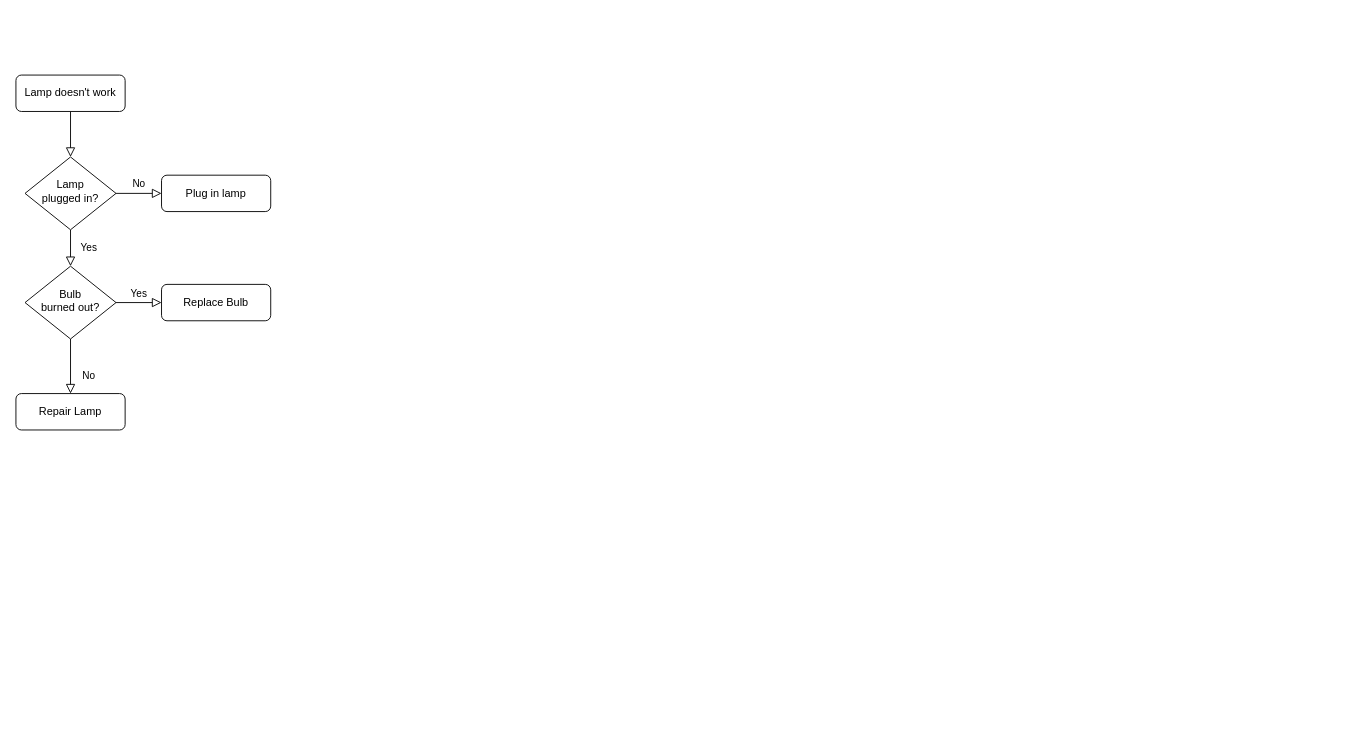
The draw.io diagram 未命名绘图.drawio in runngezhang/3D-Sound-Localization, before the edit. Source tidied: cells renumbered, new cells numbered last; positions are measured from the earlier drawing's top-left corner, leaving out a move shared by most shapes. Both pictures are drawn from the tidied source at 91%, with x=0, y=0 at pixel (15, 75).
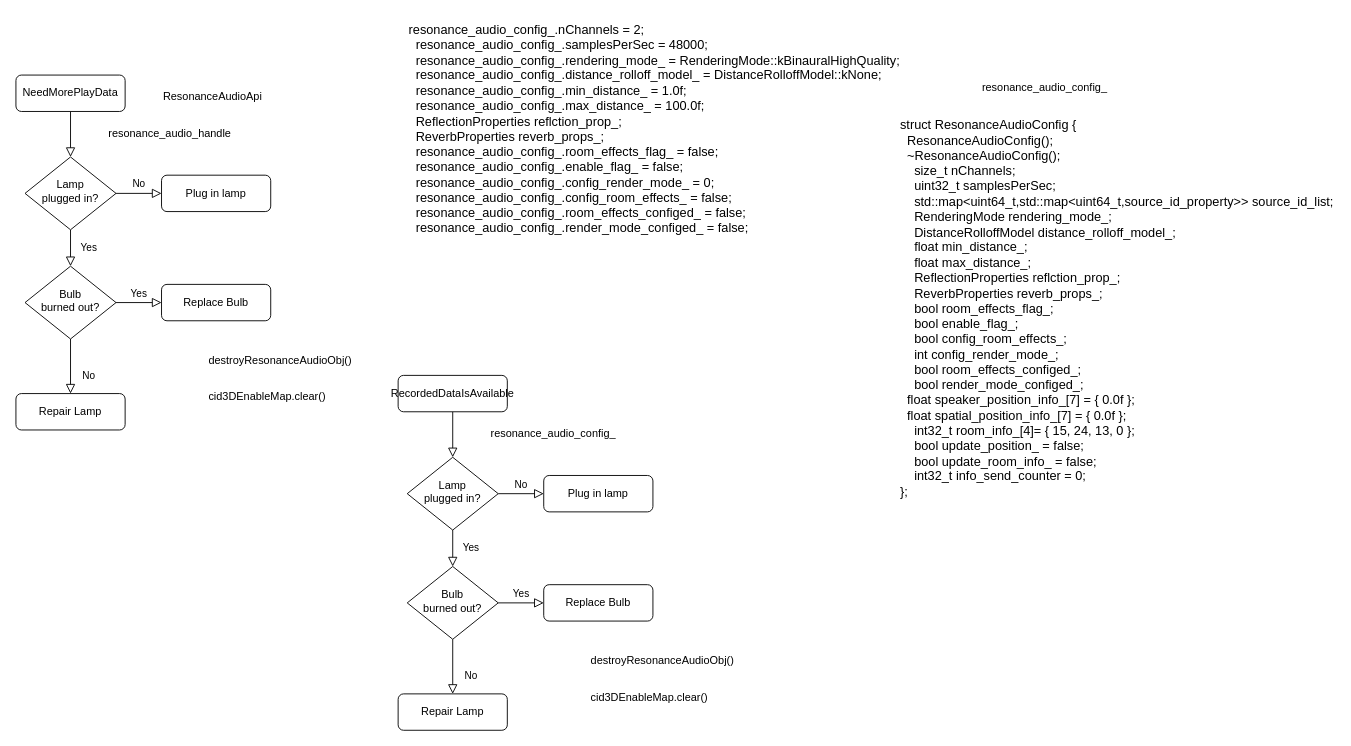
After the change.

The edit, as a diff of the source:
```diff
@@
-    <mxCell id="3" value="Lamp doesn't work" style="rounded=1;whiteSpace=wrap;html=1;fontSize=12;glass=0;strokeWidth=1;shadow=0;" parent="1" vertex="1">
+    <mxCell id="3" value="NeedMorePlayData" style="rounded=1;whiteSpace=wrap;html=1;fontSize=12;glass=0;strokeWidth=1;shadow=0;" parent="1" vertex="1">
       <mxGeometry width="120" height="40" as="geometry" />
     </mxCell>
@@
+    <mxCell id="13" value="resonance_audio_handle" style="text;whiteSpace=wrap;html=1;" parent="1" vertex="1">
+      <mxGeometry x="100" y="50" width="170" height="40" as="geometry" />
+    </mxCell>
+    <mxCell id="14" value="destroyResonanceAudioObj()" style="text;whiteSpace=wrap;html=1;" parent="1" vertex="1">
+      <mxGeometry x="210" y="300" width="190" height="40" as="geometry" />
+    </mxCell>
+    <mxCell id="15" value="cid3DEnableMap.clear()" style="text;whiteSpace=wrap;html=1;" parent="1" vertex="1">
+      <mxGeometry x="210" y="340" width="160" height="40" as="geometry" />
+    </mxCell>
+    <mxCell id="16" value="&lt;font style=&quot;font-size: 14px;&quot;&gt;resonance_audio_config_.nChannels = 2;&lt;br/&gt;&amp;nbsp; resonance_audio_config_.samplesPerSec = 48000;&lt;br/&gt;&amp;nbsp; resonance_audio_config_.rendering_mode_ = RenderingMode::kBinauralHighQuality;&lt;br/&gt;&amp;nbsp; resonance_audio_config_.distance_rolloff_model_ = DistanceRolloffModel::kNone;&lt;br/&gt;&amp;nbsp; resonance_audio_config_.min_distance_ = 1.0f;&lt;br/&gt;&amp;nbsp; resonance_audio_config_.max_distance_ = 100.0f;&lt;br/&gt;&amp;nbsp; ReflectionProperties reflction_prop_;&lt;br/&gt;&amp;nbsp; ReverbProperties reverb_props_;&lt;br/&gt;&amp;nbsp; resonance_audio_config_.room_effects_flag_ = false;&amp;nbsp;&lt;br/&gt;&amp;nbsp; resonance_audio_config_.enable_flag_ = false;&amp;nbsp;&lt;br/&gt;&amp;nbsp; resonance_audio_config_.config_render_mode_ = 0;&lt;br/&gt;&amp;nbsp; resonance_audio_config_.config_room_effects_ = false;&lt;br/&gt;&amp;nbsp; resonance_audio_config_.room_effects_configed_ = false;&lt;br/&gt;&amp;nbsp; resonance_audio_config_.render_mode_configed_ = false;&lt;/font&gt;" style="text;whiteSpace=wrap;html=1;" parent="1" vertex="1">
+      <mxGeometry x="430" y="-65" width="570" height="270" as="geometry" />
+    </mxCell>
+    <mxCell id="17" style="rounded=0;html=1;jettySize=auto;fontSize=11;endArrow=block;endFill=0;endSize=8;strokeWidth=1;shadow=0;labelBackgroundColor=none;edgeStyle=orthogonalEdgeStyle;" parent="1" edge="1" source="18" target="21">
+      <mxGeometry relative="1" as="geometry" />
+    </mxCell>
+    <mxCell id="18" value="RecordedDataIsAvailable" style="rounded=1;whiteSpace=wrap;html=1;fontSize=12;glass=0;strokeWidth=1;shadow=0;" parent="1" vertex="1">
+      <mxGeometry x="420" y="330" width="120" height="40" as="geometry" />
+    </mxCell>
+    <mxCell id="19" value="Yes" style="rounded=0;html=1;jettySize=auto;fontSize=11;endArrow=block;endFill=0;endSize=8;strokeWidth=1;shadow=0;labelBackgroundColor=none;edgeStyle=orthogonalEdgeStyle;" parent="1" edge="1" source="21" target="25">
+      <mxGeometry y="20" relative="1" as="geometry" />
+    </mxCell>
+    <mxCell id="20" value="No" style="edgeStyle=orthogonalEdgeStyle;rounded=0;html=1;jettySize=auto;fontSize=11;endArrow=block;endFill=0;endSize=8;strokeWidth=1;shadow=0;labelBackgroundColor=none;" parent="1" edge="1" source="21" target="22">
+      <mxGeometry y="10" relative="1" as="geometry" />
+    </mxCell>
+    <mxCell id="21" value="Lamp&lt;br&gt;plugged in?" style="rhombus;whiteSpace=wrap;html=1;shadow=0;fontFamily=Helvetica;fontSize=12;align=center;strokeWidth=1;spacing=6;spacingTop=-4;" parent="1" vertex="1">
+      <mxGeometry x="430" y="420" width="100" height="80" as="geometry" />
+    </mxCell>
+    <mxCell id="22" value="Plug in lamp" style="rounded=1;whiteSpace=wrap;html=1;fontSize=12;glass=0;strokeWidth=1;shadow=0;" parent="1" vertex="1">
+      <mxGeometry x="580" y="440" width="120" height="40" as="geometry" />
+    </mxCell>
+    <mxCell id="23" value="No" style="rounded=0;html=1;jettySize=auto;fontSize=11;endArrow=block;endFill=0;endSize=8;strokeWidth=1;shadow=0;labelBackgroundColor=none;edgeStyle=orthogonalEdgeStyle;" parent="1" edge="1" source="25" target="26">
+      <mxGeometry x="0.33" y="20" relative="1" as="geometry" />
+    </mxCell>
+    <mxCell id="24" value="Yes" style="edgeStyle=orthogonalEdgeStyle;rounded=0;html=1;jettySize=auto;fontSize=11;endArrow=block;endFill=0;endSize=8;strokeWidth=1;shadow=0;labelBackgroundColor=none;" parent="1" edge="1" source="25" target="27">
+      <mxGeometry y="10" relative="1" as="geometry" />
+    </mxCell>
+    <mxCell id="25" value="Bulb&lt;br&gt;burned out?" style="rhombus;whiteSpace=wrap;html=1;shadow=0;fontFamily=Helvetica;fontSize=12;align=center;strokeWidth=1;spacing=6;spacingTop=-4;" parent="1" vertex="1">
+      <mxGeometry x="430" y="540" width="100" height="80" as="geometry" />
+    </mxCell>
+    <mxCell id="26" value="Repair Lamp" style="rounded=1;whiteSpace=wrap;html=1;fontSize=12;glass=0;strokeWidth=1;shadow=0;" parent="1" vertex="1">
+      <mxGeometry x="420" y="680" width="120" height="40" as="geometry" />
+    </mxCell>
+    <mxCell id="27" value="Replace Bulb" style="rounded=1;whiteSpace=wrap;html=1;fontSize=12;glass=0;strokeWidth=1;shadow=0;" parent="1" vertex="1">
+      <mxGeometry x="580" y="560" width="120" height="40" as="geometry" />
+    </mxCell>
+    <mxCell id="28" value="resonance_audio_config_" style="text;whiteSpace=wrap;html=1;" parent="1" vertex="1">
+      <mxGeometry x="520" y="380" width="170" height="40" as="geometry" />
+    </mxCell>
+    <mxCell id="29" value="destroyResonanceAudioObj()" style="text;whiteSpace=wrap;html=1;" parent="1" vertex="1">
+      <mxGeometry x="630" y="630" width="190" height="40" as="geometry" />
+    </mxCell>
+    <mxCell id="30" value="cid3DEnableMap.clear()" style="text;whiteSpace=wrap;html=1;" parent="1" vertex="1">
+      <mxGeometry x="630" y="670" width="160" height="40" as="geometry" />
+    </mxCell>
+    <mxCell id="31" value="&lt;font style=&quot;font-size: 14px;&quot;&gt;struct ResonanceAudioConfig {&amp;nbsp;&amp;nbsp;&amp;nbsp;&amp;nbsp;&lt;br/&gt;&amp;nbsp; ResonanceAudioConfig();&lt;br/&gt;&amp;nbsp; ~ResonanceAudioConfig();&lt;br/&gt;&amp;nbsp;&amp;nbsp;&amp;nbsp;&amp;nbsp;size_t nChannels;&lt;br/&gt;&amp;nbsp;&amp;nbsp;&amp;nbsp;&amp;nbsp;uint32_t samplesPerSec;&amp;nbsp;&amp;nbsp;&amp;nbsp;&amp;nbsp;&lt;br/&gt;&amp;nbsp;&amp;nbsp;&amp;nbsp;&amp;nbsp;std::map&amp;lt;uint64_t,std::map&amp;lt;uint64_t,source_id_property&amp;gt;&amp;gt; source_id_list;&lt;br/&gt;&amp;nbsp;&amp;nbsp;&amp;nbsp;&amp;nbsp;RenderingMode rendering_mode_;&lt;br/&gt;&amp;nbsp;&amp;nbsp;&amp;nbsp;&amp;nbsp;DistanceRolloffModel distance_rolloff_model_;&lt;br/&gt;&amp;nbsp;&amp;nbsp;&amp;nbsp;&amp;nbsp;float min_distance_;&lt;br/&gt;&amp;nbsp;&amp;nbsp;&amp;nbsp;&amp;nbsp;float max_distance_;&lt;br/&gt;&amp;nbsp;&amp;nbsp;&amp;nbsp;&amp;nbsp;ReflectionProperties reflction_prop_;&lt;br/&gt;&amp;nbsp;&amp;nbsp;&amp;nbsp;&amp;nbsp;ReverbProperties reverb_props_;&lt;br/&gt;&amp;nbsp;&amp;nbsp;&amp;nbsp;&amp;nbsp;bool room_effects_flag_;&lt;br/&gt;&amp;nbsp;&amp;nbsp;&amp;nbsp;&amp;nbsp;bool enable_flag_;&lt;br/&gt;&amp;nbsp;&amp;nbsp;&amp;nbsp;&amp;nbsp;bool config_room_effects_;&lt;br/&gt;&amp;nbsp;&amp;nbsp;&amp;nbsp;&amp;nbsp;int config_render_mode_;&lt;br/&gt;&amp;nbsp;&amp;nbsp;&amp;nbsp;&amp;nbsp;bool room_effects_configed_;&lt;br/&gt;&amp;nbsp;&amp;nbsp;&amp;nbsp;&amp;nbsp;bool render_mode_configed_;&lt;br/&gt;&amp;nbsp; float speaker_position_info_[7] = { 0.0f };&lt;br/&gt;&amp;nbsp; float spatial_position_info_[7] = { 0.0f };&amp;nbsp;&amp;nbsp;&amp;nbsp;&amp;nbsp;&lt;br/&gt;&amp;nbsp;&amp;nbsp;&amp;nbsp;&amp;nbsp;int32_t room_info_[4]= { 15, 24, 13, 0 };&lt;br/&gt;&amp;nbsp;&amp;nbsp;&amp;nbsp;&amp;nbsp;bool update_position_ = false;&lt;br/&gt;&amp;nbsp;&amp;nbsp;&amp;nbsp;&amp;nbsp;bool update_room_info_ = false;&lt;br/&gt;&amp;nbsp;&amp;nbsp;&amp;nbsp;&amp;nbsp;int32_t info_send_counter = 0;&lt;br/&gt;};&lt;/font&gt;" style="text;whiteSpace=wrap;html=1;" parent="1" vertex="1">
+      <mxGeometry x="970" y="40" width="480" height="420" as="geometry" />
+    </mxCell>
+    <mxCell id="32" value="resonance_audio_config_" style="text;whiteSpace=wrap;html=1;" parent="1" vertex="1">
+      <mxGeometry x="1060" width="170" height="40" as="geometry" />
+    </mxCell>
+    <mxCell id="33" value="ResonanceAudioApi" style="text;whiteSpace=wrap;html=1;" parent="1" vertex="1">
+      <mxGeometry x="160" y="10" width="140" height="40" as="geometry" />
+    </mxCell>
```
